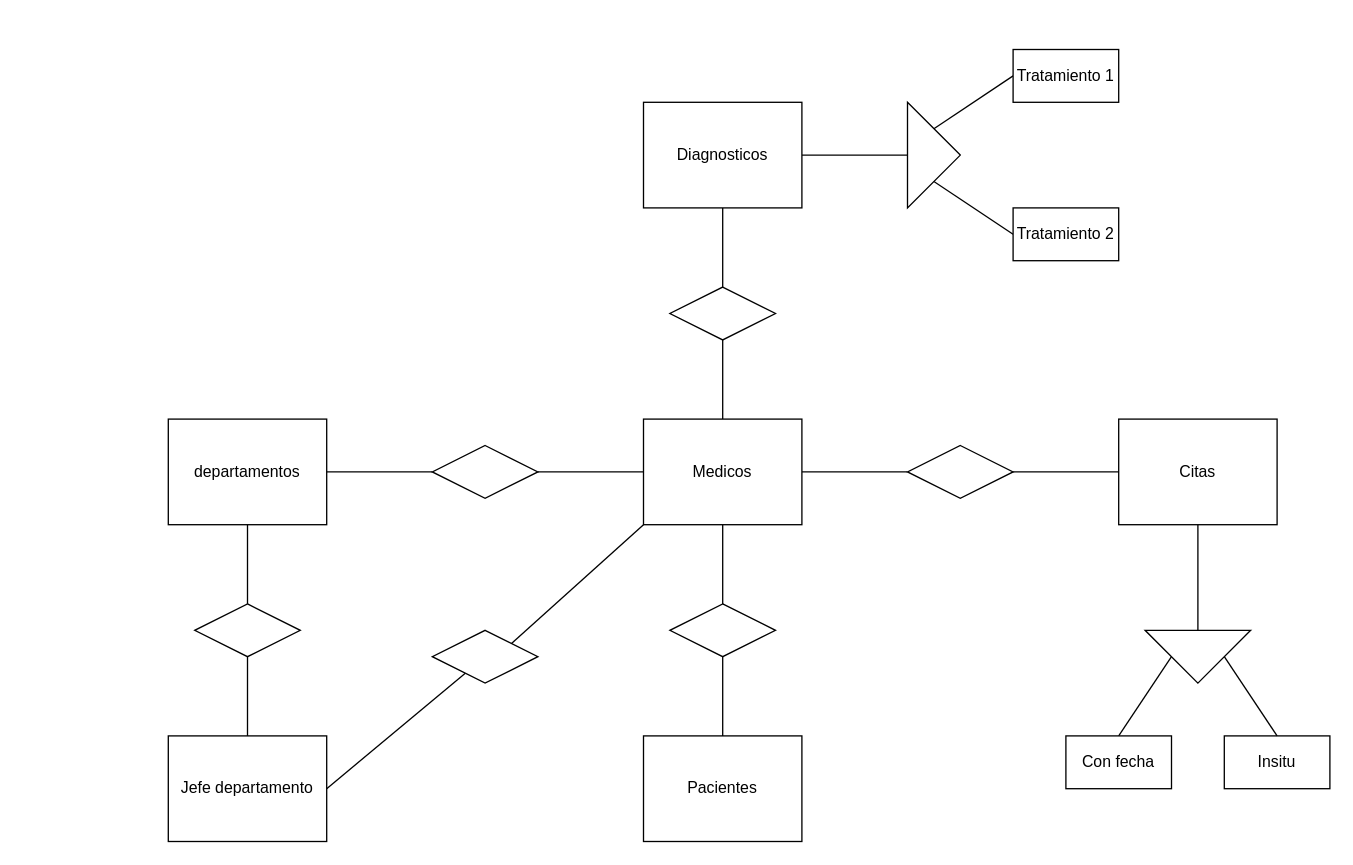
Earlier version of the draw.io diagram 02_Base/UT1/HospitalAlejandro/hospiatlAlejandro.drawio (Ant-Gom-Per/Curso_24-25_DAW). Source tidied: cells renumbered, new cells numbered last; positions are measured from the earlier drawing's top-left corner, leaving out a move shared by most shapes. Both pictures are drawn from the tidied source at 132%, with x=0, y=0 at pixel (168, 49).
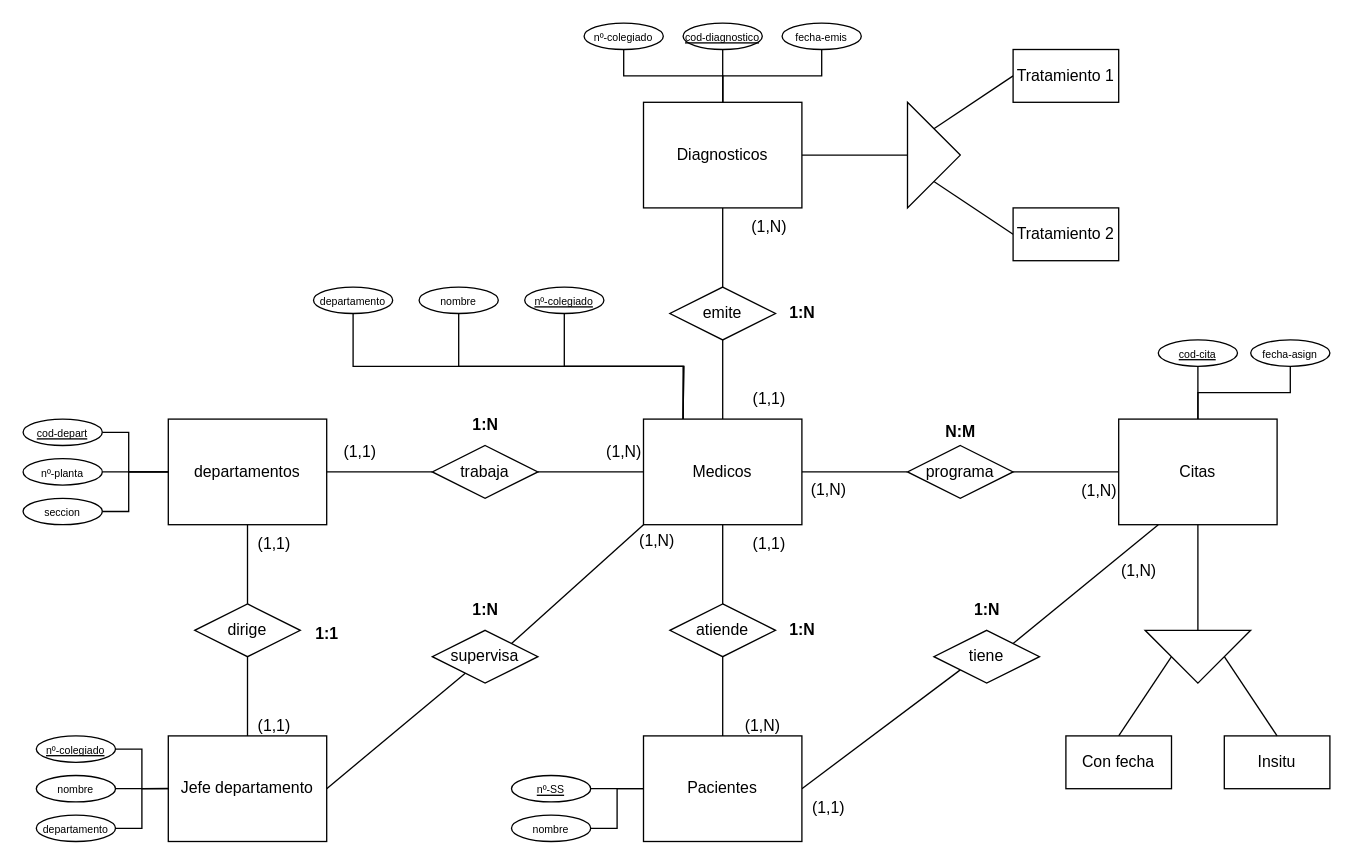
After the change.

Unchanged cells that the change refers to:
```xml
<mxCell id="3" value="departamentos" style="rounded=0;whiteSpace=wrap;html=1;" parent="1" vertex="1">
  <mxGeometry y="280" width="120" height="80" as="geometry" />
</mxCell>
<mxCell id="6" value="Medicos" style="rounded=0;whiteSpace=wrap;html=1;" parent="1" vertex="1">
  <mxGeometry x="360" y="280" width="120" height="80" as="geometry" />
</mxCell>
<mxCell id="8" value="Jefe departamento" style="rounded=0;whiteSpace=wrap;html=1;" parent="1" vertex="1">
  <mxGeometry y="520" width="120" height="80" as="geometry" />
</mxCell>
<mxCell id="10" value="Citas" style="rounded=0;whiteSpace=wrap;html=1;fontStyle=0;" parent="1" vertex="1">
  <mxGeometry x="720" y="280" width="120" height="80" as="geometry" />
</mxCell>
<mxCell id="18" value="Pacientes" style="rounded=0;whiteSpace=wrap;html=1;" parent="1" vertex="1">
  <mxGeometry x="360" y="520" width="120" height="80" as="geometry" />
</mxCell>
<mxCell id="22" value="Diagnosticos" style="rounded=0;whiteSpace=wrap;html=1;" parent="1" vertex="1">
  <mxGeometry x="360" y="40" width="120" height="80" as="geometry" />
</mxCell>
```

What changed in the source:
```diff
@@
-    <mxCell id="12" style="rhombus;whiteSpace=wrap;html=1;" parent="1" vertex="1">
+    <mxCell id="12" value="trabaja" style="rhombus;whiteSpace=wrap;html=1;" parent="1" vertex="1">
       <mxGeometry x="200" y="300" width="80" height="40" as="geometry" />
     </mxCell>
@@
-    <mxCell id="14" style="rhombus;whiteSpace=wrap;html=1;" parent="1" vertex="1">
+    <mxCell id="14" value="programa" style="rhombus;whiteSpace=wrap;html=1;" parent="1" vertex="1">
       <mxGeometry x="560" y="300" width="80" height="40" as="geometry" />
     </mxCell>
@@
-    <mxCell id="17" style="rhombus;whiteSpace=wrap;html=1;" parent="1" vertex="1">
+    <mxCell id="17" value="dirige" style="rhombus;whiteSpace=wrap;html=1;" parent="1" vertex="1">
       <mxGeometry x="20" y="420" width="80" height="40" as="geometry" />
     </mxCell>
+    <mxCell id="38" style="shape=connector;rounded=0;jettySize=auto;html=1;exitX=1;exitY=0.5;exitDx=0;exitDy=0;entryX=0;entryY=1;entryDx=0;entryDy=0;strokeColor=default;align=center;verticalAlign=middle;fontFamily=Helvetica;fontSize=11;fontColor=default;labelBackgroundColor=default;endArrow=none;endFill=0;" parent="1" edge="1" source="18" target="89">
+      <mxGeometry relative="1" as="geometry" />
+    </mxCell>
@@
-    <mxCell id="20" style="rhombus;whiteSpace=wrap;html=1;" parent="1" vertex="1">
+    <mxCell id="20" value="atiende" style="rhombus;whiteSpace=wrap;html=1;" parent="1" vertex="1">
       <mxGeometry x="380" y="420" width="80" height="40" as="geometry" />
     </mxCell>
@@
-    <mxCell id="25" style="rhombus;whiteSpace=wrap;html=1;" parent="1" vertex="1">
+    <mxCell id="25" value="emite" style="rhombus;whiteSpace=wrap;html=1;" parent="1" vertex="1">
       <mxGeometry x="380" y="180" width="80" height="40" as="geometry" />
     </mxCell>
@@
-    <mxCell id="37" style="rhombus;whiteSpace=wrap;html=1;" parent="1" vertex="1">
+    <mxCell id="37" value="supervisa" style="rhombus;whiteSpace=wrap;html=1;" parent="1" vertex="1">
       <mxGeometry x="200" y="440" width="80" height="40" as="geometry" />
     </mxCell>
+    <mxCell id="39" value="(1,1)" style="text;html=1;align=center;verticalAlign=middle;strokeColor=none;fillColor=none;" parent="1" vertex="1">
+      <mxGeometry x="55" y="498" width="50" height="30" as="geometry" />
+    </mxCell>
+    <mxCell id="40" value="(1,1)" style="text;html=1;align=center;verticalAlign=middle;strokeColor=none;fillColor=none;" parent="1" vertex="1">
+      <mxGeometry x="55" y="360" width="50" height="30" as="geometry" />
+    </mxCell>
+    <mxCell id="41" value="&lt;b&gt;1:1&lt;/b&gt;" style="text;html=1;align=center;verticalAlign=middle;strokeColor=none;fillColor=none;" parent="1" vertex="1">
+      <mxGeometry x="100" y="428" width="40" height="30" as="geometry" />
+    </mxCell>
+    <mxCell id="42" value="(1,N)" style="text;html=1;align=center;verticalAlign=middle;strokeColor=none;fillColor=none;" parent="1" vertex="1">
+      <mxGeometry x="345" y="358" width="50" height="30" as="geometry" />
+    </mxCell>
+    <mxCell id="43" value="&lt;b&gt;1:N&lt;/b&gt;" style="text;html=1;align=center;verticalAlign=middle;strokeColor=none;fillColor=none;" parent="1" vertex="1">
+      <mxGeometry x="220" y="410" width="40" height="30" as="geometry" />
+    </mxCell>
+    <mxCell id="44" value="(1,1)" style="text;html=1;align=center;verticalAlign=middle;strokeColor=none;fillColor=none;" parent="1" vertex="1">
+      <mxGeometry x="120" y="290" width="50" height="30" as="geometry" />
+    </mxCell>
+    <mxCell id="45" value="(1,N)" style="text;html=1;align=center;verticalAlign=middle;strokeColor=none;fillColor=none;" parent="1" vertex="1">
+      <mxGeometry x="320" y="290" width="50" height="30" as="geometry" />
+    </mxCell>
+    <mxCell id="46" value="&lt;b&gt;1:N&lt;/b&gt;" style="text;html=1;align=center;verticalAlign=middle;strokeColor=none;fillColor=none;" parent="1" vertex="1">
+      <mxGeometry x="220" y="270" width="40" height="30" as="geometry" />
+    </mxCell>
+    <mxCell id="47" style="edgeStyle=orthogonalEdgeStyle;rounded=0;jettySize=auto;html=1;exitX=1;exitY=0.5;exitDx=0;exitDy=0;entryX=0;entryY=0.5;entryDx=0;entryDy=0;endArrow=none;endFill=0;" parent="1" edge="1" source="48" target="3">
+      <mxGeometry relative="1" as="geometry">
+        <Array as="points">
+          <mxPoint x="-30" y="290" />
+          <mxPoint x="-30" y="320" />
+        </Array>
+      </mxGeometry>
+    </mxCell>
+    <mxCell id="48" value="&lt;font size=&quot;1&quot;&gt;&lt;u style=&quot;font-size: 8px;&quot;&gt;cod-depart&lt;/u&gt;&lt;/font&gt;" style="ellipse;whiteSpace=wrap;html=1;" parent="1" vertex="1">
+      <mxGeometry x="-110" y="280" width="60" height="20" as="geometry" />
+    </mxCell>
+    <mxCell id="49" style="edgeStyle=orthogonalEdgeStyle;shape=connector;rounded=0;jettySize=auto;html=1;exitX=1;exitY=0.5;exitDx=0;exitDy=0;entryX=0;entryY=0.5;entryDx=0;entryDy=0;strokeColor=default;align=center;verticalAlign=middle;fontFamily=Helvetica;fontSize=11;fontColor=default;labelBackgroundColor=default;endArrow=none;endFill=0;" parent="1" edge="1" source="50" target="3">
+      <mxGeometry relative="1" as="geometry" />
+    </mxCell>
+    <mxCell id="50" value="&lt;font style=&quot;font-size: 8px;&quot;&gt;nº-planta&lt;/font&gt;" style="ellipse;whiteSpace=wrap;html=1;" parent="1" vertex="1">
+      <mxGeometry x="-110" y="310" width="60" height="20" as="geometry" />
+    </mxCell>
+    <mxCell id="51" style="edgeStyle=orthogonalEdgeStyle;shape=connector;rounded=0;jettySize=auto;html=1;exitX=1;exitY=0.5;exitDx=0;exitDy=0;strokeColor=default;align=center;verticalAlign=middle;fontFamily=Helvetica;fontSize=11;fontColor=default;labelBackgroundColor=default;endArrow=none;endFill=0;" parent="1" edge="1" source="52">
+      <mxGeometry relative="1" as="geometry">
+        <mxPoint y="320" as="targetPoint" />
+        <Array as="points">
+          <mxPoint x="-30" y="350" />
+          <mxPoint x="-30" y="320" />
+        </Array>
+      </mxGeometry>
+    </mxCell>
+    <mxCell id="52" value="&lt;font style=&quot;font-size: 8px;&quot;&gt;seccion&lt;/font&gt;" style="ellipse;whiteSpace=wrap;html=1;" parent="1" vertex="1">
+      <mxGeometry x="-110" y="340" width="60" height="20" as="geometry" />
+    </mxCell>
+    <mxCell id="53" style="edgeStyle=orthogonalEdgeStyle;shape=connector;rounded=0;jettySize=auto;html=1;exitX=1;exitY=0.5;exitDx=0;exitDy=0;entryX=0;entryY=0.5;entryDx=0;entryDy=0;strokeColor=default;align=center;verticalAlign=middle;fontFamily=Helvetica;fontSize=11;fontColor=default;labelBackgroundColor=default;endArrow=none;endFill=0;" parent="1" edge="1" source="54" target="8">
+      <mxGeometry relative="1" as="geometry" />
+    </mxCell>
+    <mxCell id="54" value="&lt;font size=&quot;1&quot;&gt;&lt;u style=&quot;font-size: 8px;&quot;&gt;nº-colegiado&lt;/u&gt;&lt;/font&gt;" style="ellipse;whiteSpace=wrap;html=1;" parent="1" vertex="1">
+      <mxGeometry x="-100" y="520" width="60" height="20" as="geometry" />
+    </mxCell>
+    <mxCell id="55" style="edgeStyle=orthogonalEdgeStyle;shape=connector;rounded=0;jettySize=auto;html=1;exitX=1;exitY=0.5;exitDx=0;exitDy=0;strokeColor=default;align=center;verticalAlign=middle;fontFamily=Helvetica;fontSize=11;fontColor=default;labelBackgroundColor=default;endArrow=none;endFill=0;" parent="1" edge="1" source="56">
+      <mxGeometry relative="1" as="geometry">
+        <mxPoint y="559.8" as="targetPoint" />
+      </mxGeometry>
+    </mxCell>
+    <mxCell id="56" value="&lt;font style=&quot;font-size: 8px;&quot;&gt;nombre&lt;/font&gt;" style="ellipse;whiteSpace=wrap;html=1;" parent="1" vertex="1">
+      <mxGeometry x="-100" y="550" width="60" height="20" as="geometry" />
+    </mxCell>
+    <mxCell id="57" style="edgeStyle=orthogonalEdgeStyle;shape=connector;rounded=0;jettySize=auto;html=1;exitX=1;exitY=0.5;exitDx=0;exitDy=0;strokeColor=default;align=center;verticalAlign=middle;fontFamily=Helvetica;fontSize=11;fontColor=default;labelBackgroundColor=default;endArrow=none;endFill=0;" parent="1" edge="1" source="58">
+      <mxGeometry relative="1" as="geometry">
+        <mxPoint y="560" as="targetPoint" />
+        <Array as="points">
+          <mxPoint x="-20" y="590" />
+          <mxPoint x="-20" y="560" />
+        </Array>
+      </mxGeometry>
+    </mxCell>
+    <mxCell id="58" value="&lt;font style=&quot;font-size: 8px;&quot;&gt;departamento&lt;/font&gt;" style="ellipse;whiteSpace=wrap;html=1;" parent="1" vertex="1">
+      <mxGeometry x="-100" y="580" width="60" height="20" as="geometry" />
+    </mxCell>
+    <mxCell id="59" style="edgeStyle=orthogonalEdgeStyle;shape=connector;rounded=0;jettySize=auto;html=1;exitX=0.5;exitY=1;exitDx=0;exitDy=0;strokeColor=default;align=center;verticalAlign=middle;fontFamily=Helvetica;fontSize=11;fontColor=default;labelBackgroundColor=default;endArrow=none;endFill=0;" parent="1" edge="1" source="60">
+      <mxGeometry relative="1" as="geometry">
+        <mxPoint x="390" y="280" as="targetPoint" />
+      </mxGeometry>
+    </mxCell>
+    <mxCell id="60" value="&lt;font size=&quot;1&quot;&gt;&lt;u style=&quot;font-size: 8px;&quot;&gt;nº-colegiado&lt;/u&gt;&lt;/font&gt;" style="ellipse;whiteSpace=wrap;html=1;" parent="1" vertex="1">
+      <mxGeometry x="270" y="180" width="60" height="20" as="geometry" />
+    </mxCell>
+    <mxCell id="61" style="edgeStyle=orthogonalEdgeStyle;shape=connector;rounded=0;jettySize=auto;html=1;exitX=0.5;exitY=1;exitDx=0;exitDy=0;strokeColor=default;align=center;verticalAlign=middle;fontFamily=Helvetica;fontSize=11;fontColor=default;labelBackgroundColor=default;endArrow=none;endFill=0;" parent="1" edge="1" source="62">
+      <mxGeometry relative="1" as="geometry">
+        <mxPoint x="390" y="280" as="targetPoint" />
+      </mxGeometry>
+    </mxCell>
+    <mxCell id="62" value="&lt;font style=&quot;font-size: 8px;&quot;&gt;nombre&lt;/font&gt;" style="ellipse;whiteSpace=wrap;html=1;" parent="1" vertex="1">
+      <mxGeometry x="190" y="180" width="60" height="20" as="geometry" />
+    </mxCell>
+    <mxCell id="63" style="edgeStyle=orthogonalEdgeStyle;shape=connector;rounded=0;jettySize=auto;html=1;exitX=0.5;exitY=1;exitDx=0;exitDy=0;entryX=0.25;entryY=0;entryDx=0;entryDy=0;strokeColor=default;align=center;verticalAlign=middle;fontFamily=Helvetica;fontSize=11;fontColor=default;labelBackgroundColor=default;endArrow=none;endFill=0;" parent="1" edge="1" source="64" target="6">
+      <mxGeometry relative="1" as="geometry" />
+    </mxCell>
+    <mxCell id="64" value="&lt;font style=&quot;font-size: 8px;&quot;&gt;departamento&lt;/font&gt;" style="ellipse;whiteSpace=wrap;html=1;" parent="1" vertex="1">
+      <mxGeometry x="110" y="180" width="60" height="20" as="geometry" />
+    </mxCell>
+    <mxCell id="65" value="(1,N)" style="text;html=1;align=center;verticalAlign=middle;strokeColor=none;fillColor=none;" parent="1" vertex="1">
+      <mxGeometry x="425" y="498" width="50" height="30" as="geometry" />
+    </mxCell>
+    <mxCell id="66" value="(1,1)" style="text;html=1;align=center;verticalAlign=middle;strokeColor=none;fillColor=none;" parent="1" vertex="1">
+      <mxGeometry x="430" y="360" width="50" height="30" as="geometry" />
+    </mxCell>
+    <mxCell id="67" value="(1,N)" style="text;html=1;align=center;verticalAlign=middle;strokeColor=none;fillColor=none;" parent="1" vertex="1">
+      <mxGeometry x="680" y="320" width="50" height="30" as="geometry" />
+    </mxCell>
+    <mxCell id="68" value="(1,N)" style="text;html=1;align=center;verticalAlign=middle;strokeColor=none;fillColor=none;" parent="1" vertex="1">
+      <mxGeometry x="475" y="319" width="50" height="30" as="geometry" />
+    </mxCell>
+    <mxCell id="69" value="&lt;b&gt;N:M&lt;/b&gt;" style="text;html=1;align=center;verticalAlign=middle;strokeColor=none;fillColor=none;" parent="1" vertex="1">
+      <mxGeometry x="575" y="275" width="50" height="30" as="geometry" />
+    </mxCell>
+    <mxCell id="70" style="edgeStyle=orthogonalEdgeStyle;shape=connector;rounded=0;jettySize=auto;html=1;exitX=0.5;exitY=1;exitDx=0;exitDy=0;strokeColor=default;align=center;verticalAlign=middle;fontFamily=Helvetica;fontSize=11;fontColor=default;labelBackgroundColor=default;endArrow=none;endFill=0;" parent="1" edge="1" source="71" target="10">
+      <mxGeometry relative="1" as="geometry" />
+    </mxCell>
+    <mxCell id="71" value="&lt;font size=&quot;1&quot;&gt;&lt;u style=&quot;font-size: 8px;&quot;&gt;cod-cita&lt;/u&gt;&lt;/font&gt;" style="ellipse;whiteSpace=wrap;html=1;" parent="1" vertex="1">
+      <mxGeometry x="750" y="220" width="60" height="20" as="geometry" />
+    </mxCell>
+    <mxCell id="72" style="edgeStyle=orthogonalEdgeStyle;shape=connector;rounded=0;jettySize=auto;html=1;exitX=0.5;exitY=1;exitDx=0;exitDy=0;strokeColor=default;align=center;verticalAlign=middle;fontFamily=Helvetica;fontSize=11;fontColor=default;labelBackgroundColor=default;endArrow=none;endFill=0;" parent="1" edge="1" source="73" target="10">
+      <mxGeometry relative="1" as="geometry" />
+    </mxCell>
+    <mxCell id="73" value="&lt;font style=&quot;font-size: 8px;&quot;&gt;fecha-asign&lt;/font&gt;" style="ellipse;whiteSpace=wrap;html=1;" parent="1" vertex="1">
+      <mxGeometry x="820" y="220" width="60" height="20" as="geometry" />
+    </mxCell>
+    <mxCell id="74" style="edgeStyle=orthogonalEdgeStyle;shape=connector;rounded=0;jettySize=auto;html=1;exitX=1;exitY=0.5;exitDx=0;exitDy=0;entryX=0;entryY=0.5;entryDx=0;entryDy=0;strokeColor=default;align=center;verticalAlign=middle;fontFamily=Helvetica;fontSize=11;fontColor=default;labelBackgroundColor=default;endArrow=none;endFill=0;" parent="1" edge="1" source="75" target="18">
+      <mxGeometry relative="1" as="geometry" />
+    </mxCell>
+    <mxCell id="75" value="&lt;font size=&quot;1&quot;&gt;&lt;u style=&quot;font-size: 8px;&quot;&gt;nº-SS&lt;/u&gt;&lt;/font&gt;" style="ellipse;whiteSpace=wrap;html=1;" parent="1" vertex="1">
+      <mxGeometry x="260" y="550" width="60" height="20" as="geometry" />
+    </mxCell>
+    <mxCell id="76" style="edgeStyle=orthogonalEdgeStyle;shape=connector;rounded=0;jettySize=auto;html=1;exitX=1;exitY=0.5;exitDx=0;exitDy=0;entryX=0;entryY=0.5;entryDx=0;entryDy=0;strokeColor=default;align=center;verticalAlign=middle;fontFamily=Helvetica;fontSize=11;fontColor=default;labelBackgroundColor=default;endArrow=none;endFill=0;" parent="1" edge="1" source="77" target="18">
+      <mxGeometry relative="1" as="geometry" />
+    </mxCell>
+    <mxCell id="77" value="&lt;font style=&quot;font-size: 8px;&quot;&gt;nombre&lt;/font&gt;" style="ellipse;whiteSpace=wrap;html=1;" parent="1" vertex="1">
+      <mxGeometry x="260" y="580" width="60" height="20" as="geometry" />
+    </mxCell>
+    <mxCell id="78" value="&lt;b&gt;1:N&lt;/b&gt;" style="text;html=1;align=center;verticalAlign=middle;strokeColor=none;fillColor=none;" parent="1" vertex="1">
+      <mxGeometry x="460" y="425" width="40" height="30" as="geometry" />
+    </mxCell>
+    <mxCell id="79" value="(1,N)" style="text;html=1;align=center;verticalAlign=middle;strokeColor=none;fillColor=none;" parent="1" vertex="1">
+      <mxGeometry x="430" y="120" width="50" height="30" as="geometry" />
+    </mxCell>
+    <mxCell id="80" value="(1,1)" style="text;html=1;align=center;verticalAlign=middle;strokeColor=none;fillColor=none;" parent="1" vertex="1">
+      <mxGeometry x="430" y="250" width="50" height="30" as="geometry" />
+    </mxCell>
+    <mxCell id="81" style="edgeStyle=orthogonalEdgeStyle;shape=connector;rounded=0;jettySize=auto;html=1;exitX=0.5;exitY=1;exitDx=0;exitDy=0;entryX=0.5;entryY=0;entryDx=0;entryDy=0;strokeColor=default;align=center;verticalAlign=middle;fontFamily=Helvetica;fontSize=11;fontColor=default;labelBackgroundColor=default;endArrow=none;endFill=0;" parent="1" edge="1" source="82" target="22">
+      <mxGeometry relative="1" as="geometry" />
+    </mxCell>
+    <mxCell id="82" value="&lt;font size=&quot;1&quot;&gt;&lt;u style=&quot;font-size: 8px;&quot;&gt;cod-diagnostico&lt;/u&gt;&lt;/font&gt;" style="ellipse;whiteSpace=wrap;html=1;" parent="1" vertex="1">
+      <mxGeometry x="390" y="-20" width="60" height="20" as="geometry" />
+    </mxCell>
+    <mxCell id="83" style="edgeStyle=orthogonalEdgeStyle;shape=connector;rounded=0;jettySize=auto;html=1;exitX=0.5;exitY=1;exitDx=0;exitDy=0;entryX=0.5;entryY=0;entryDx=0;entryDy=0;strokeColor=default;align=center;verticalAlign=middle;fontFamily=Helvetica;fontSize=11;fontColor=default;labelBackgroundColor=default;endArrow=none;endFill=0;" parent="1" edge="1" source="84" target="22">
+      <mxGeometry relative="1" as="geometry" />
+    </mxCell>
+    <mxCell id="84" value="&lt;font style=&quot;font-size: 8px;&quot;&gt;fecha-emis&lt;/font&gt;" style="ellipse;whiteSpace=wrap;html=1;" parent="1" vertex="1">
+      <mxGeometry x="465" y="-20" width="60" height="20" as="geometry" />
+    </mxCell>
+    <mxCell id="85" style="edgeStyle=orthogonalEdgeStyle;shape=connector;rounded=0;jettySize=auto;html=1;exitX=0.5;exitY=1;exitDx=0;exitDy=0;entryX=0.5;entryY=0;entryDx=0;entryDy=0;strokeColor=default;align=center;verticalAlign=middle;fontFamily=Helvetica;fontSize=11;fontColor=default;labelBackgroundColor=default;endArrow=none;endFill=0;" parent="1" edge="1" source="86" target="22">
+      <mxGeometry relative="1" as="geometry" />
+    </mxCell>
+    <mxCell id="86" value="&lt;font size=&quot;1&quot;&gt;&lt;span style=&quot;font-size: 8px;&quot;&gt;nº-colegiado&lt;/span&gt;&lt;/font&gt;" style="ellipse;whiteSpace=wrap;html=1;" parent="1" vertex="1">
+      <mxGeometry x="315" y="-20" width="60" height="20" as="geometry" />
+    </mxCell>
+    <mxCell id="87" value="&lt;b&gt;1:N&lt;/b&gt;" style="text;html=1;align=center;verticalAlign=middle;strokeColor=none;fillColor=none;" parent="1" vertex="1">
+      <mxGeometry x="460" y="185" width="40" height="30" as="geometry" />
+    </mxCell>
+    <mxCell id="88" style="shape=connector;rounded=0;jettySize=auto;html=1;exitX=1;exitY=0;exitDx=0;exitDy=0;entryX=0.25;entryY=1;entryDx=0;entryDy=0;strokeColor=default;align=center;verticalAlign=middle;fontFamily=Helvetica;fontSize=11;fontColor=default;labelBackgroundColor=default;endArrow=none;endFill=0;" parent="1" edge="1" source="89" target="10">
+      <mxGeometry relative="1" as="geometry" />
+    </mxCell>
+    <mxCell id="89" value="tiene" style="rhombus;whiteSpace=wrap;html=1;" parent="1" vertex="1">
+      <mxGeometry x="580" y="440" width="80" height="40" as="geometry" />
+    </mxCell>
+    <mxCell id="90" value="(1,N)" style="text;html=1;align=center;verticalAlign=middle;strokeColor=none;fillColor=none;" parent="1" vertex="1">
+      <mxGeometry x="710" y="380" width="50" height="30" as="geometry" />
+    </mxCell>
+    <mxCell id="91" value="(1,1)" style="text;html=1;align=center;verticalAlign=middle;strokeColor=none;fillColor=none;" parent="1" vertex="1">
+      <mxGeometry x="475" y="560" width="50" height="30" as="geometry" />
+    </mxCell>
+    <mxCell id="92" value="&lt;b&gt;1:N&lt;/b&gt;" style="text;html=1;align=center;verticalAlign=middle;strokeColor=none;fillColor=none;" parent="1" vertex="1">
+      <mxGeometry x="600" y="410" width="40" height="30" as="geometry" />
+    </mxCell>
```
